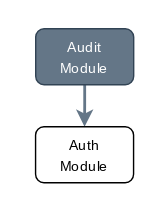
brisahelpdesk/mkdocs keeps this draw.io diagram as docs/planning/system-architecture/images/audit-module-dependency-diagram.drawio.svg. Above is the earlier version. Source tidied: cells renumbered, new cells last; positions are measured from the earlier drawing's top-left corner, leaving out a move shared by most shapes.
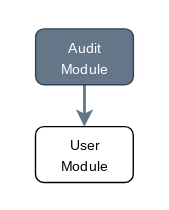
The same diagram one commit later.

Diff of the diagram source:
```diff
@@ -8,7 +8,7 @@
     <mxCell id="3" style="edgeStyle=orthogonalEdgeStyle;rounded=0;jettySize=auto;html=1;strokeWidth=2;fillColor=#b1ddf0;strokeColor=#647687;" parent="1" edge="1" source="5" target="4">
       <mxGeometry relative="1" as="geometry" />
     </mxCell>
-    <mxCell id="4" value="&lt;span style=&quot;font-size: 10px;&quot;&gt;Auth&lt;br&gt;Module&lt;/span&gt;" style="rounded=1;whiteSpace=wrap;html=1;fontFamily=Roboto;fontSource=https%3A%2F%2Ffonts.googleapis.com%2Fcss%3Ffamily%3DRoboto;" parent="1" vertex="1">
+    <mxCell id="4" value="&lt;span style=&quot;font-size: 10px;&quot;&gt;User&lt;br&gt;Module&lt;/span&gt;" style="rounded=1;whiteSpace=wrap;html=1;fontFamily=Roboto;fontSource=https%3A%2F%2Ffonts.googleapis.com%2Fcss%3Ffamily%3DRoboto;" parent="1" vertex="1">
       <mxGeometry x="24.9" y="90" width="70" height="40" as="geometry" />
     </mxCell>
     <mxCell id="5" value="&lt;span style=&quot;font-size: 10px;&quot;&gt;Audit&lt;br&gt;Module&lt;/span&gt;" style="rounded=1;whiteSpace=wrap;html=1;strokeColor=#314354;fontColor=#ffffff;fillColor=#647687;fontFamily=Roboto;fontSource=https%3A%2F%2Ffonts.googleapis.com%2Fcss%3Ffamily%3DRoboto;" parent="1" vertex="1">
```
